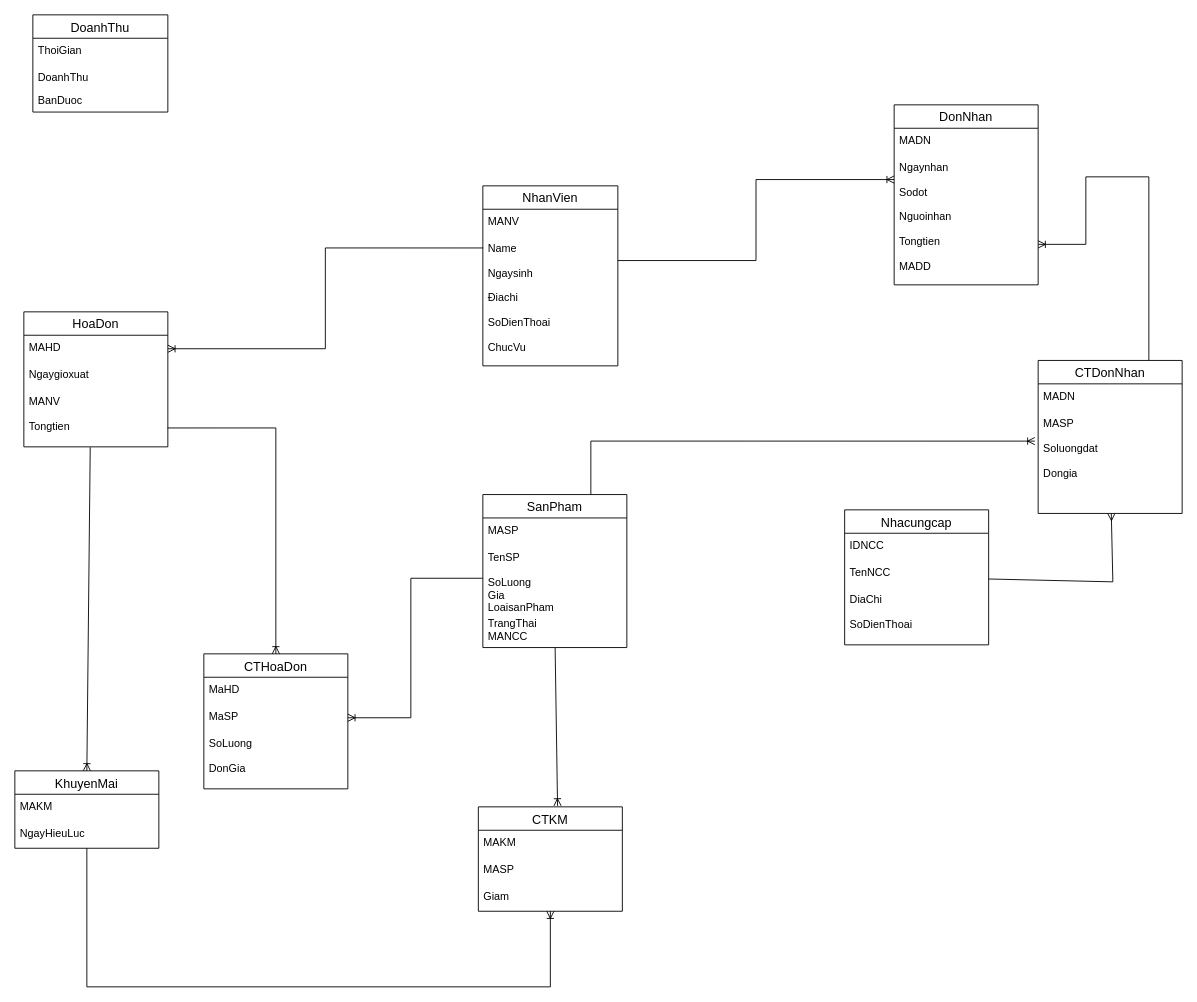
Above: Project.drawio in DuyAccel/MiniStoreJavaSGU (draw.io), before the change. Source tidied: cells renumbered, new cells numbered last; positions are measured from the earlier drawing's top-left corner, leaving out a move shared by most shapes. Both pictures are drawn from the tidied source at 90%, with x=0, y=0 at pixel (14, 14).
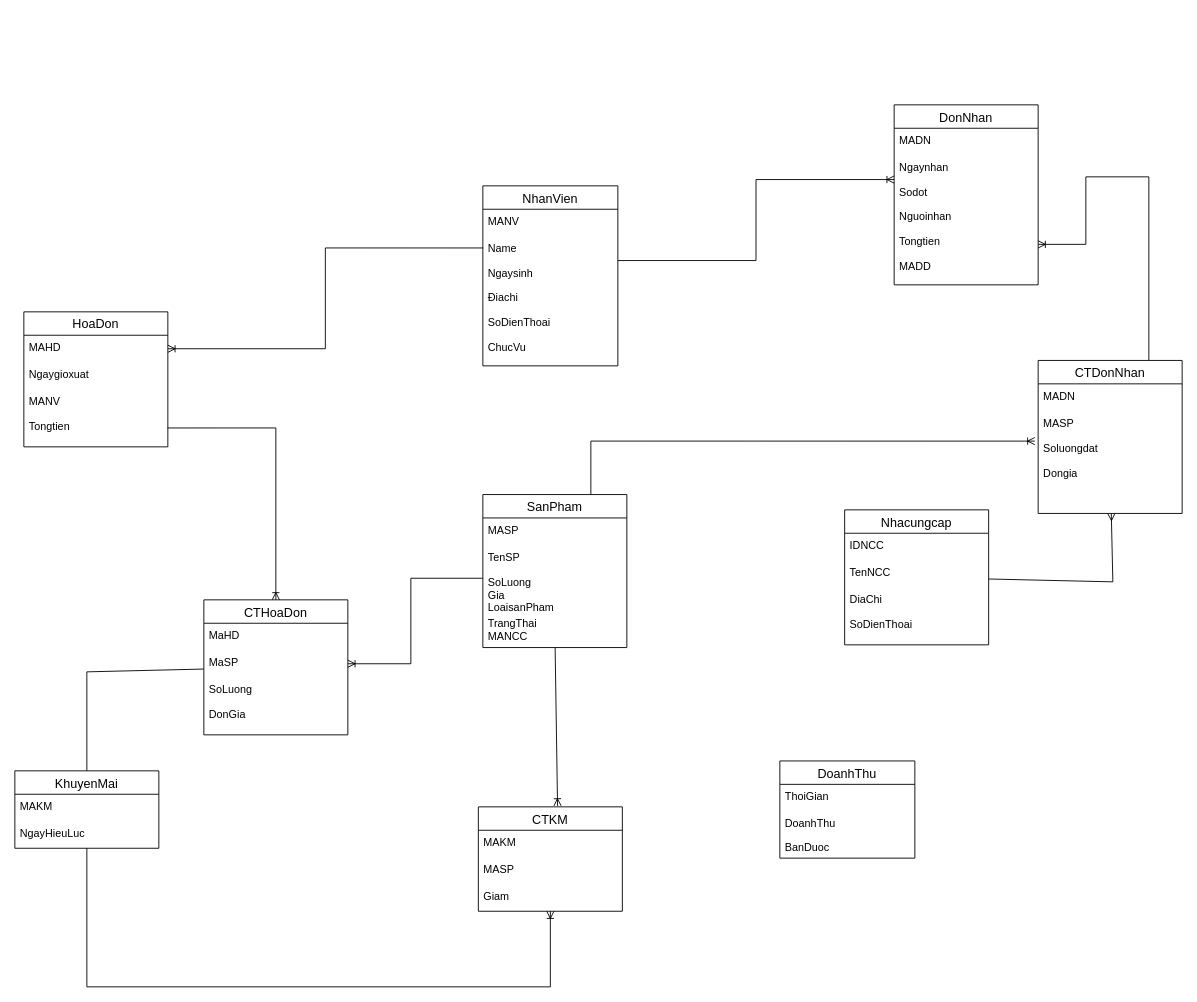
The same page after the edit.

The change refers to these unchanged cells:
```xml
<mxCell id="9" value="MANV&#10;&#10;Tongtien" style="text;strokeColor=none;fillColor=none;spacingLeft=4;spacingRight=4;overflow=hidden;points=[[0,0.5],[1,0.5]];portConstraint=eastwest;fontSize=12;" parent="6" vertex="1">
  <mxGeometry y="86" width="160" height="64" as="geometry" />
</mxCell>
<mxCell id="13" value="TenSP&#10;&#10;SoLuong&#10;Gia&#10;LoaisanPham&#10;&#10;&#10;" style="text;strokeColor=none;fillColor=none;spacingLeft=4;spacingRight=4;overflow=hidden;points=[[0,0.5],[1,0.5]];portConstraint=eastwest;fontSize=12;" parent="11" vertex="1">
  <mxGeometry y="56" width="160" height="74" as="geometry" />
</mxCell>
<mxCell id="30" value="MaSP" style="text;strokeColor=none;fillColor=none;spacingLeft=4;spacingRight=4;overflow=hidden;points=[[0,0.5],[1,0.5]];portConstraint=eastwest;fontSize=12;" parent="28" vertex="1">
  <mxGeometry y="56" width="160" height="30" as="geometry" />
</mxCell>
<mxCell id="34" value="KhuyenMai" style="swimlane;fontStyle=0;horizontal=1;startSize=26;align=center;fontSize=14;" parent="1" vertex="1">
  <mxGeometry y="840" width="160" height="86" as="geometry" />
</mxCell>
```

Diff of the diagram source:
```diff
@@
     <mxCell id="28" value="CTHoaDon" style="swimlane;fontStyle=0;horizontal=1;startSize=26;align=center;fontSize=14;" parent="1" vertex="1">
-      <mxGeometry x="210" y="710" width="160" height="150" as="geometry" />
+      <mxGeometry x="210" y="650" width="160" height="150" as="geometry" />
     </mxCell>
@@
-    <mxCell id="43" style="fontSize=12;html=1;endArrow=ERoneToMany;rounded=0;entryX=0.5;entryY=0;entryDx=0;entryDy=0;exitX=0.461;exitY=1.007;exitDx=0;exitDy=0;exitPerimeter=0;" parent="1" edge="1" source="9" target="34">
-      <mxGeometry relative="1" as="geometry" />
-    </mxCell>
@@
     <mxCell id="45" style="edgeStyle=none;rounded=0;orthogonalLoop=1;jettySize=auto;html=1;entryX=0.5;entryY=1;entryDx=0;entryDy=0;" parent="1" edge="1">
       <mxGeometry relative="1" as="geometry">
-        <mxPoint x="405" y="670" as="sourcePoint" />
-        <mxPoint x="405" y="670" as="targetPoint" />
+        <mxPoint x="405" y="610" as="sourcePoint" />
+        <mxPoint x="405" y="610" as="targetPoint" />
       </mxGeometry>
     </mxCell>
     <mxCell id="46" style="fontSize=12;html=1;endArrow=ERoneToMany;rounded=0;entryX=1;entryY=0.5;entryDx=0;entryDy=0;exitX=0;exitY=0.5;exitDx=0;exitDy=0;" parent="1" edge="1" source="13" target="30">
       <mxGeometry relative="1" as="geometry">
         <Array as="points">
           <mxPoint x="440" y="626" />
-          <mxPoint x="440" y="781" />
+          <mxPoint x="440" y="721" />
         </Array>
       </mxGeometry>
     </mxCell>
     <mxCell id="47" value="DoanhThu" style="swimlane;fontStyle=0;horizontal=1;startSize=26;align=center;fontSize=14;" parent="1" vertex="1">
-      <mxGeometry x="20" width="150" height="108" as="geometry" />
+      <mxGeometry x="850" y="829" width="150" height="108" as="geometry" />
     </mxCell>
@@
+    <mxCell id="51" style="endArrow=none;html=1;rounded=0;" parent="1" edge="1" source="34" target="28">
+      <mxGeometry relative="1" as="geometry">
+        <Array as="points">
+          <mxPoint x="80" y="730" />
+        </Array>
+      </mxGeometry>
+    </mxCell>
```
